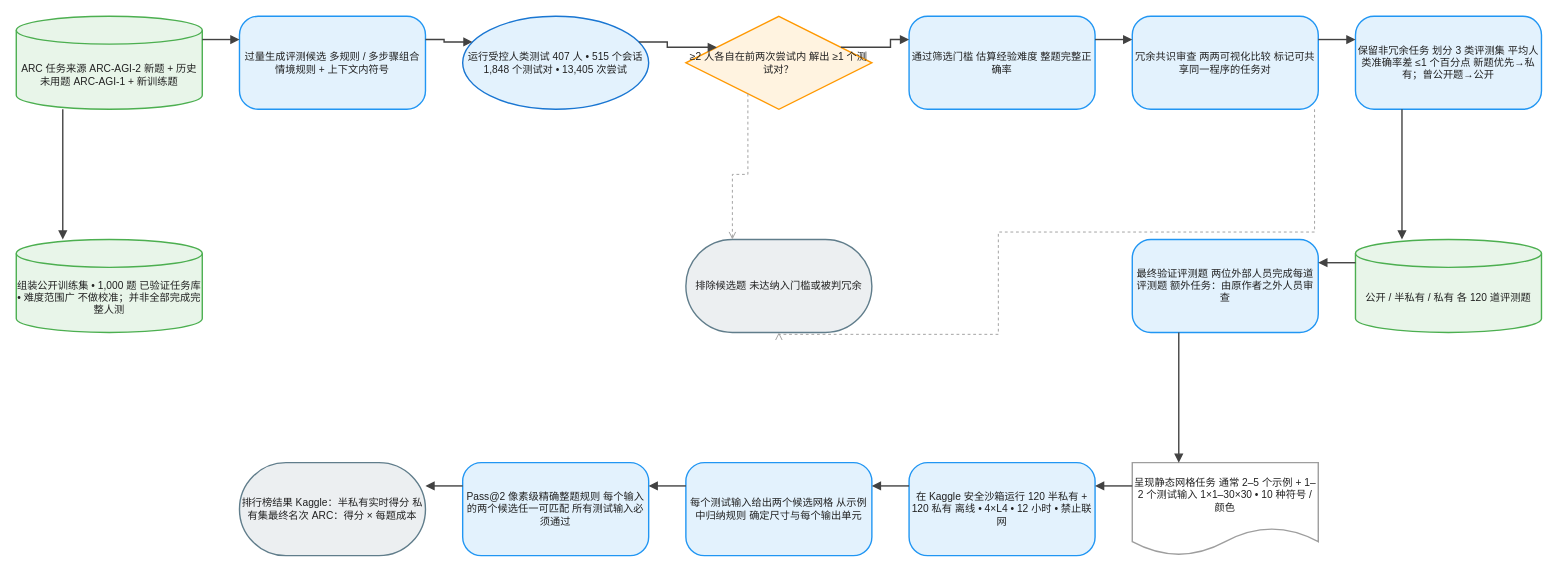
Above: client/public/drawio/ARC-AGI-2/ARC-AGI-2.zh.drawio in joe1chief/benchmark-hub (draw.io), before the change. Source tidied: cells renumbered, new cells numbered last; positions are measured from the earlier drawing's top-left corner, leaving out a move shared by most shapes. Both pictures are drawn from the tidied source at 93%, with x=0, y=0 at pixel (16, 16).
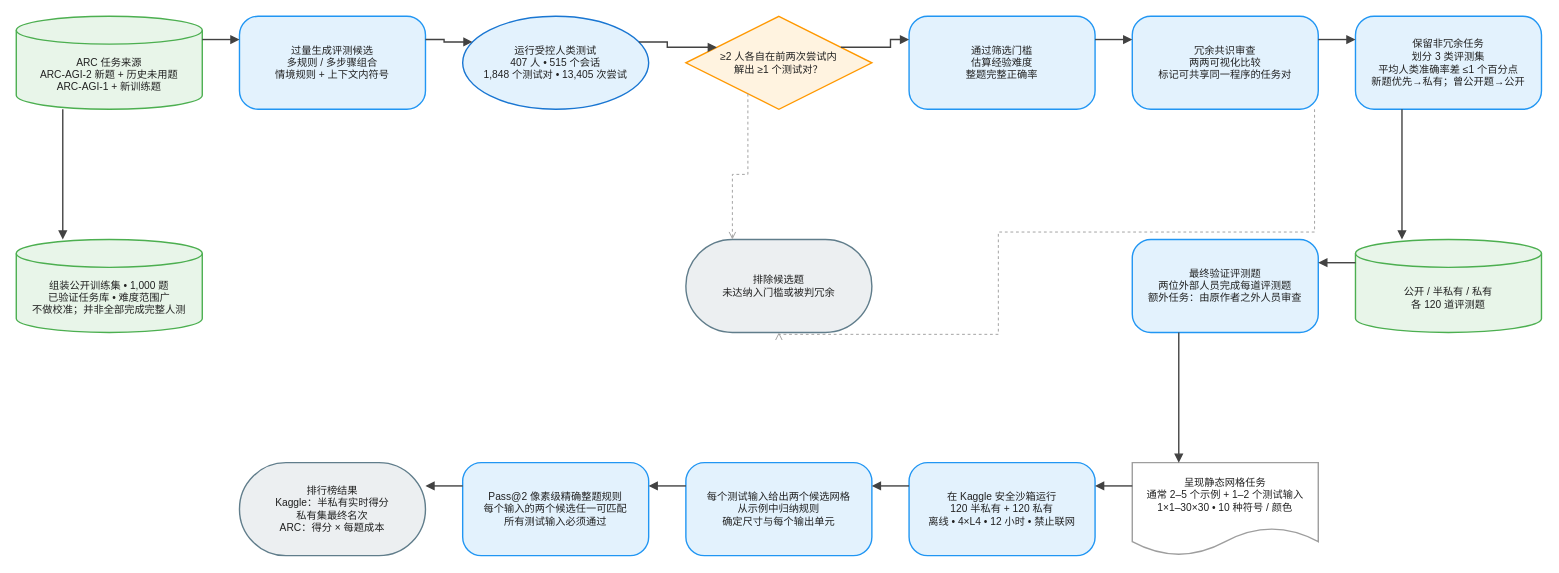
After the change.

The edit, as a diff of the source:
```diff
@@
-    <mxCell id="2" value="ARC 任务来源 ARC-AGI-2 新题 + 历史未用题 ARC-AGI-1 + 新训练题" style="shape=cylinder3;boundedLbl=1;backgroundOutline=1;size=15;html=1;whiteSpace=wrap;fillColor=#E8F5E9;strokeColor=#4CAF50;strokeWidth=1.5;fontColor=#212121;fontSize=11;fontFamily=Arial, Helvetica, sans-serif;verticalAlign=middle;align=center;" parent="1" vertex="1">
+    <mxCell id="2" value="ARC 任务来源&#10;ARC-AGI-2 新题 + 历史未用题&#10;ARC-AGI-1 + 新训练题" style="shape=cylinder3;boundedLbl=1;backgroundOutline=1;size=15;html=0;convertToSvg=1;whiteSpace=wrap;fillColor=#E8F5E9;strokeColor=#4CAF50;strokeWidth=1.5;fontColor=#212121;fontSize=11;fontFamily=Arial, Helvetica, sans-serif;verticalAlign=middle;align=center;" parent="1" vertex="1">
       <mxGeometry width="200" height="100" as="geometry" />
     </mxCell>
-    <mxCell id="3" value="过量生成评测候选 多规则 / 多步骤组合 情境规则 + 上下文内符号" style="rounded=1;arcSize=20;html=1;whiteSpace=wrap;fillColor=#E3F2FD;strokeColor=#2196F3;strokeWidth=1.5;fontColor=#212121;fontSize=11;fontFamily=Arial, Helvetica, sans-serif;verticalAlign=middle;align=center;" parent="1" vertex="1">
+    <mxCell id="3" value="过量生成评测候选&#10;多规则 / 多步骤组合&#10;情境规则 + 上下文内符号" style="rounded=1;arcSize=20;html=0;convertToSvg=1;whiteSpace=wrap;fillColor=#E3F2FD;strokeColor=#2196F3;strokeWidth=1.5;fontColor=#212121;fontSize=11;fontFamily=Arial, Helvetica, sans-serif;verticalAlign=middle;align=center;" parent="1" vertex="1">
       <mxGeometry x="240" width="200" height="100" as="geometry" />
     </mxCell>
-    <mxCell id="4" value="运行受控人类测试 407 人 • 515 个会话 1,848 个测试对 • 13,405 次尝试" style="ellipse;html=1;whiteSpace=wrap;fillColor=#E3F2FD;strokeColor=#1976D2;strokeWidth=1.5;fontColor=#212121;fontSize=11;fontFamily=Arial, Helvetica, sans-serif;verticalAlign=middle;align=center;" parent="1" vertex="1">
+    <mxCell id="4" value="运行受控人类测试&#10;407 人 • 515 个会话&#10;1,848 个测试对 • 13,405 次尝试" style="ellipse;html=0;convertToSvg=1;whiteSpace=wrap;fillColor=#E3F2FD;strokeColor=#1976D2;strokeWidth=1.5;fontColor=#212121;fontSize=11;fontFamily=Arial, Helvetica, sans-serif;verticalAlign=middle;align=center;" parent="1" vertex="1">
       <mxGeometry x="480" width="200" height="100" as="geometry" />
     </mxCell>
-    <mxCell id="5" value="≥2 人各自在前两次尝试内 解出 ≥1 个测试对？" style="rhombus;html=1;whiteSpace=wrap;fillColor=#FFF3E0;strokeColor=#FF9800;strokeWidth=1.5;fontColor=#212121;fontSize=11;fontFamily=Arial, Helvetica, sans-serif;verticalAlign=middle;align=center;" parent="1" vertex="1">
+    <mxCell id="5" value="≥2 人各自在前两次尝试内&#10;解出 ≥1 个测试对？" style="rhombus;html=0;convertToSvg=1;whiteSpace=wrap;fillColor=#FFF3E0;strokeColor=#FF9800;strokeWidth=1.5;fontColor=#212121;fontSize=11;fontFamily=Arial, Helvetica, sans-serif;verticalAlign=middle;align=center;" parent="1" vertex="1">
       <mxGeometry x="720" width="200" height="100" as="geometry" />
     </mxCell>
-    <mxCell id="6" value="通过筛选门槛 估算经验难度 整题完整正确率" style="rounded=1;arcSize=20;html=1;whiteSpace=wrap;fillColor=#E3F2FD;strokeColor=#2196F3;strokeWidth=1.5;fontColor=#212121;fontSize=11;fontFamily=Arial, Helvetica, sans-serif;verticalAlign=middle;align=center;" parent="1" vertex="1">
+    <mxCell id="6" value="通过筛选门槛&#10;估算经验难度&#10;整题完整正确率" style="rounded=1;arcSize=20;html=0;convertToSvg=1;whiteSpace=wrap;fillColor=#E3F2FD;strokeColor=#2196F3;strokeWidth=1.5;fontColor=#212121;fontSize=11;fontFamily=Arial, Helvetica, sans-serif;verticalAlign=middle;align=center;" parent="1" vertex="1">
       <mxGeometry x="960" width="200" height="100" as="geometry" />
     </mxCell>
-    <mxCell id="7" value="冗余共识审查 两两可视化比较 标记可共享同一程序的任务对" style="rounded=1;arcSize=20;html=1;whiteSpace=wrap;fillColor=#E3F2FD;strokeColor=#2196F3;strokeWidth=1.5;fontColor=#212121;fontSize=11;fontFamily=Arial, Helvetica, sans-serif;verticalAlign=middle;align=center;" parent="1" vertex="1">
+    <mxCell id="7" value="冗余共识审查&#10;两两可视化比较&#10;标记可共享同一程序的任务对" style="rounded=1;arcSize=20;html=0;convertToSvg=1;whiteSpace=wrap;fillColor=#E3F2FD;strokeColor=#2196F3;strokeWidth=1.5;fontColor=#212121;fontSize=11;fontFamily=Arial, Helvetica, sans-serif;verticalAlign=middle;align=center;" parent="1" vertex="1">
       <mxGeometry x="1200" width="200" height="100" as="geometry" />
     </mxCell>
-    <mxCell id="8" value="保留非冗余任务 划分 3 类评测集 平均人类准确率差 ≤1 个百分点 新题优先→私有；曾公开题→公开" style="rounded=1;arcSize=20;html=1;whiteSpace=wrap;fillColor=#E3F2FD;strokeColor=#2196F3;strokeWidth=1.5;fontColor=#212121;fontSize=11;fontFamily=Arial, Helvetica, sans-serif;verticalAlign=middle;align=center;" parent="1" vertex="1">
+    <mxCell id="8" value="保留非冗余任务&#10;划分 3 类评测集&#10;平均人类准确率差 ≤1 个百分点&#10;新题优先→私有；曾公开题→公开" style="rounded=1;arcSize=20;html=0;convertToSvg=1;whiteSpace=wrap;fillColor=#E3F2FD;strokeColor=#2196F3;strokeWidth=1.5;fontColor=#212121;fontSize=11;fontFamily=Arial, Helvetica, sans-serif;verticalAlign=middle;align=center;" parent="1" vertex="1">
       <mxGeometry x="1440" width="200" height="100" as="geometry" />
     </mxCell>
-    <mxCell id="9" value="组装公开训练集 • 1,000 题 已验证任务库 • 难度范围广 不做校准；并非全部完成完整人测" style="shape=cylinder3;boundedLbl=1;backgroundOutline=1;size=15;html=1;whiteSpace=wrap;fillColor=#E8F5E9;strokeColor=#4CAF50;strokeWidth=1.5;fontColor=#212121;fontSize=11;fontFamily=Arial, Helvetica, sans-serif;verticalAlign=middle;align=center;" parent="1" vertex="1">
+    <mxCell id="9" value="组装公开训练集 • 1,000 题&#10;已验证任务库 • 难度范围广&#10;不做校准；并非全部完成完整人测" style="shape=cylinder3;boundedLbl=1;backgroundOutline=1;size=15;html=0;convertToSvg=1;whiteSpace=wrap;fillColor=#E8F5E9;strokeColor=#4CAF50;strokeWidth=1.5;fontColor=#212121;fontSize=11;fontFamily=Arial, Helvetica, sans-serif;verticalAlign=middle;align=center;" parent="1" vertex="1">
       <mxGeometry y="240" width="200" height="100" as="geometry" />
     </mxCell>
-    <mxCell id="10" value="公开 / 半私有 / 私有 各 120 道评测题" style="shape=cylinder3;boundedLbl=1;backgroundOutline=1;size=15;html=1;whiteSpace=wrap;fillColor=#E8F5E9;strokeColor=#4CAF50;strokeWidth=1.5;fontColor=#212121;fontSize=11;fontFamily=Arial, Helvetica, sans-serif;verticalAlign=middle;align=center;" parent="1" vertex="1">
+    <mxCell id="10" value="公开 / 半私有 / 私有&#10;各 120 道评测题" style="shape=cylinder3;boundedLbl=1;backgroundOutline=1;size=15;html=0;convertToSvg=1;whiteSpace=wrap;fillColor=#E8F5E9;strokeColor=#4CAF50;strokeWidth=1.5;fontColor=#212121;fontSize=11;fontFamily=Arial, Helvetica, sans-serif;verticalAlign=middle;align=center;" parent="1" vertex="1">
       <mxGeometry x="1440" y="240" width="200" height="100" as="geometry" />
     </mxCell>
-    <mxCell id="11" value="排除候选题 未达纳入门槛或被判冗余" style="rounded=1;arcSize=50;html=1;whiteSpace=wrap;fillColor=#ECEFF1;strokeColor=#607D8B;strokeWidth=1.5;fontColor=#212121;fontSize=11;fontFamily=Arial, Helvetica, sans-serif;verticalAlign=middle;align=center;" parent="1" vertex="1">
+    <mxCell id="11" value="排除候选题&#10;未达纳入门槛或被判冗余" style="rounded=1;arcSize=50;html=0;convertToSvg=1;whiteSpace=wrap;fillColor=#ECEFF1;strokeColor=#607D8B;strokeWidth=1.5;fontColor=#212121;fontSize=11;fontFamily=Arial, Helvetica, sans-serif;verticalAlign=middle;align=center;" parent="1" vertex="1">
       <mxGeometry x="720" y="240" width="200" height="100" as="geometry" />
     </mxCell>
-    <mxCell id="12" value="最终验证评测题 两位外部人员完成每道评测题 额外任务：由原作者之外人员审查" style="rounded=1;arcSize=20;html=1;whiteSpace=wrap;fillColor=#E3F2FD;strokeColor=#2196F3;strokeWidth=1.5;fontColor=#212121;fontSize=11;fontFamily=Arial, Helvetica, sans-serif;verticalAlign=middle;align=center;" parent="1" vertex="1">
+    <mxCell id="12" value="最终验证评测题&#10;两位外部人员完成每道评测题&#10;额外任务：由原作者之外人员审查" style="rounded=1;arcSize=20;html=0;convertToSvg=1;whiteSpace=wrap;fillColor=#E3F2FD;strokeColor=#2196F3;strokeWidth=1.5;fontColor=#212121;fontSize=11;fontFamily=Arial, Helvetica, sans-serif;verticalAlign=middle;align=center;" parent="1" vertex="1">
       <mxGeometry x="1200" y="240" width="200" height="100" as="geometry" />
     </mxCell>
-    <mxCell id="13" value="呈现静态网格任务 通常 2–5 个示例 + 1–2 个测试输入 1×1–30×30 • 10 种符号 / 颜色" style="shape=document;boundedLbl=1;html=1;whiteSpace=wrap;fillColor=#FFFFFF;strokeColor=#9E9E9E;strokeWidth=1.5;fontColor=#212121;fontSize=11;fontFamily=Arial, Helvetica, sans-serif;verticalAlign=middle;align=center;" parent="1" vertex="1">
+    <mxCell id="13" value="呈现静态网格任务&#10;通常 2–5 个示例 + 1–2 个测试输入&#10;1×1–30×30 • 10 种符号 / 颜色" style="shape=document;boundedLbl=1;html=0;convertToSvg=1;whiteSpace=wrap;fillColor=#FFFFFF;strokeColor=#9E9E9E;strokeWidth=1.5;fontColor=#212121;fontSize=11;fontFamily=Arial, Helvetica, sans-serif;verticalAlign=middle;align=center;" parent="1" vertex="1">
       <mxGeometry x="1200" y="480" width="200" height="100" as="geometry" />
     </mxCell>
-    <mxCell id="14" value="在 Kaggle 安全沙箱运行 120 半私有 + 120 私有 离线 • 4×L4 • 12 小时 • 禁止联网" style="rounded=1;arcSize=20;html=1;whiteSpace=wrap;fillColor=#E3F2FD;strokeColor=#2196F3;strokeWidth=1.5;fontColor=#212121;fontSize=11;fontFamily=Arial, Helvetica, sans-serif;verticalAlign=middle;align=center;" parent="1" vertex="1">
+    <mxCell id="14" value="在 Kaggle 安全沙箱运行&#10;120 半私有 + 120 私有&#10;离线 • 4×L4 • 12 小时 • 禁止联网" style="rounded=1;arcSize=20;html=0;convertToSvg=1;whiteSpace=wrap;fillColor=#E3F2FD;strokeColor=#2196F3;strokeWidth=1.5;fontColor=#212121;fontSize=11;fontFamily=Arial, Helvetica, sans-serif;verticalAlign=middle;align=center;" parent="1" vertex="1">
       <mxGeometry x="960" y="480" width="200" height="100" as="geometry" />
     </mxCell>
-    <mxCell id="15" value="每个测试输入给出两个候选网格 从示例中归纳规则 确定尺寸与每个输出单元" style="rounded=1;arcSize=20;html=1;whiteSpace=wrap;fillColor=#E3F2FD;strokeColor=#2196F3;strokeWidth=1.5;fontColor=#212121;fontSize=11;fontFamily=Arial, Helvetica, sans-serif;verticalAlign=middle;align=center;" parent="1" vertex="1">
+    <mxCell id="15" value="每个测试输入给出两个候选网格&#10;从示例中归纳规则&#10;确定尺寸与每个输出单元" style="rounded=1;arcSize=20;html=0;convertToSvg=1;whiteSpace=wrap;fillColor=#E3F2FD;strokeColor=#2196F3;strokeWidth=1.5;fontColor=#212121;fontSize=11;fontFamily=Arial, Helvetica, sans-serif;verticalAlign=middle;align=center;" parent="1" vertex="1">
       <mxGeometry x="720" y="480" width="200" height="100" as="geometry" />
     </mxCell>
-    <mxCell id="16" value="Pass@2 像素级精确整题规则 每个输入的两个候选任一可匹配 所有测试输入必须通过" style="rounded=1;arcSize=20;html=1;whiteSpace=wrap;fillColor=#E3F2FD;strokeColor=#2196F3;strokeWidth=1.5;fontColor=#212121;fontSize=11;fontFamily=Arial, Helvetica, sans-serif;verticalAlign=middle;align=center;" parent="1" vertex="1">
+    <mxCell id="16" value="Pass@2 像素级精确整题规则&#10;每个输入的两个候选任一可匹配&#10;所有测试输入必须通过" style="rounded=1;arcSize=20;html=0;convertToSvg=1;whiteSpace=wrap;fillColor=#E3F2FD;strokeColor=#2196F3;strokeWidth=1.5;fontColor=#212121;fontSize=11;fontFamily=Arial, Helvetica, sans-serif;verticalAlign=middle;align=center;" parent="1" vertex="1">
       <mxGeometry x="480" y="480" width="200" height="100" as="geometry" />
     </mxCell>
-    <mxCell id="17" value="排行榜结果 Kaggle：半私有实时得分 私有集最终名次 ARC：得分 × 每题成本" style="rounded=1;arcSize=50;html=1;whiteSpace=wrap;fillColor=#ECEFF1;strokeColor=#607D8B;strokeWidth=1.5;fontColor=#212121;fontSize=11;fontFamily=Arial, Helvetica, sans-serif;verticalAlign=middle;align=center;" parent="1" vertex="1">
+    <mxCell id="17" value="排行榜结果&#10;Kaggle：半私有实时得分&#10;私有集最终名次&#10;ARC：得分 × 每题成本" style="rounded=1;arcSize=50;html=0;convertToSvg=1;whiteSpace=wrap;fillColor=#ECEFF1;strokeColor=#607D8B;strokeWidth=1.5;fontColor=#212121;fontSize=11;fontFamily=Arial, Helvetica, sans-serif;verticalAlign=middle;align=center;" parent="1" vertex="1">
       <mxGeometry x="240" y="480" width="200" height="100" as="geometry" />
     </mxCell>
-    <mxCell id="18" style="edgeStyle=orthogonalEdgeStyle;rounded=0;jettySize=auto;html=1;strokeColor=#424242;strokeWidth=1.5;endArrow=block;endFill=1;exitX=1;exitY=0.25;exitDx=0;exitDy=0;entryX=0;entryY=0.25;entryDx=0;entryDy=0;jumpStyle=arc;jumpSize=8;" parent="1" edge="1" source="2" target="3">
+    <mxCell id="18" style="edgeStyle=orthogonalEdgeStyle;rounded=0;jettySize=auto;html=0;convertToSvg=1;strokeColor=#424242;strokeWidth=1.5;endArrow=block;endFill=1;exitX=1;exitY=0.25;exitDx=0;exitDy=0;entryX=0;entryY=0.25;entryDx=0;entryDy=0;jumpStyle=arc;jumpSize=8;" parent="1" edge="1" source="2" target="3">
       <mxGeometry relative="1" as="geometry" />
     </mxCell>
-    <mxCell id="19" style="edgeStyle=orthogonalEdgeStyle;rounded=0;jettySize=auto;html=1;strokeColor=#424242;strokeWidth=1.5;endArrow=block;endFill=1;exitX=0.25;exitY=1;exitDx=0;exitDy=0;entryX=0.25;entryY=0;entryDx=0;entryDy=0;jumpStyle=arc;jumpSize=8;" parent="1" edge="1" source="2" target="9">
+    <mxCell id="19" style="edgeStyle=orthogonalEdgeStyle;rounded=0;jettySize=auto;html=0;convertToSvg=1;strokeColor=#424242;strokeWidth=1.5;endArrow=block;endFill=1;exitX=0.25;exitY=1;exitDx=0;exitDy=0;entryX=0.25;entryY=0;entryDx=0;entryDy=0;jumpStyle=arc;jumpSize=8;" parent="1" edge="1" source="2" target="9">
       <mxGeometry relative="1" as="geometry" />
     </mxCell>
-    <mxCell id="20" style="edgeStyle=orthogonalEdgeStyle;rounded=0;jettySize=auto;html=1;strokeColor=#424242;strokeWidth=1.5;endArrow=block;endFill=1;exitX=1;exitY=0.25;exitDx=0;exitDy=0;entryX=0;entryY=0.25;entryDx=0;entryDy=0;jumpStyle=arc;jumpSize=8;" parent="1" edge="1" source="3" target="4">
+    <mxCell id="20" style="edgeStyle=orthogonalEdgeStyle;rounded=0;jettySize=auto;html=0;convertToSvg=1;strokeColor=#424242;strokeWidth=1.5;endArrow=block;endFill=1;exitX=1;exitY=0.25;exitDx=0;exitDy=0;entryX=0;entryY=0.25;entryDx=0;entryDy=0;jumpStyle=arc;jumpSize=8;" parent="1" edge="1" source="3" target="4">
       <mxGeometry relative="1" as="geometry" />
     </mxCell>
-    <mxCell id="21" style="edgeStyle=orthogonalEdgeStyle;rounded=0;jettySize=auto;html=1;strokeColor=#424242;strokeWidth=1.5;endArrow=block;endFill=1;exitX=1;exitY=0.25;exitDx=0;exitDy=0;entryX=0;entryY=0.25;entryDx=0;entryDy=0;jumpStyle=arc;jumpSize=8;" parent="1" edge="1" source="4" target="5">
+    <mxCell id="21" style="edgeStyle=orthogonalEdgeStyle;rounded=0;jettySize=auto;html=0;convertToSvg=1;strokeColor=#424242;strokeWidth=1.5;endArrow=block;endFill=1;exitX=1;exitY=0.25;exitDx=0;exitDy=0;entryX=0;entryY=0.25;entryDx=0;entryDy=0;jumpStyle=arc;jumpSize=8;" parent="1" edge="1" source="4" target="5">
       <mxGeometry relative="1" as="geometry" />
     </mxCell>
-    <mxCell id="22" style="edgeStyle=orthogonalEdgeStyle;rounded=0;jettySize=auto;html=1;strokeColor=#424242;strokeWidth=1.5;endArrow=block;endFill=1;exitX=1;exitY=0.25;exitDx=0;exitDy=0;entryX=0;entryY=0.25;entryDx=0;entryDy=0;jumpStyle=arc;jumpSize=8;" parent="1" edge="1" source="5" target="6">
+    <mxCell id="22" style="edgeStyle=orthogonalEdgeStyle;rounded=0;jettySize=auto;html=0;convertToSvg=1;strokeColor=#424242;strokeWidth=1.5;endArrow=block;endFill=1;exitX=1;exitY=0.25;exitDx=0;exitDy=0;entryX=0;entryY=0.25;entryDx=0;entryDy=0;jumpStyle=arc;jumpSize=8;" parent="1" edge="1" source="5" target="6">
       <mxGeometry relative="1" as="geometry" />
     </mxCell>
-    <mxCell id="23" style="edgeStyle=orthogonalEdgeStyle;rounded=0;jettySize=auto;html=1;strokeColor=#9E9E9E;strokeWidth=1;endArrow=open;endFill=0;exitX=0.25;exitY=1;exitDx=0;exitDy=0;entryX=0.25;entryY=0;entryDx=0;entryDy=0;dashed=1;dashPattern=3 3;jumpStyle=arc;jumpSize=8;" parent="1" edge="1" source="5" target="11">
+    <mxCell id="23" style="edgeStyle=orthogonalEdgeStyle;rounded=0;jettySize=auto;html=0;convertToSvg=1;strokeColor=#9E9E9E;strokeWidth=1;endArrow=open;endFill=0;exitX=0.25;exitY=1;exitDx=0;exitDy=0;entryX=0.25;entryY=0;entryDx=0;entryDy=0;dashed=1;dashPattern=3 3;jumpStyle=arc;jumpSize=8;" parent="1" edge="1" source="5" target="11">
       <mxGeometry relative="1" as="geometry" />
     </mxCell>
-    <mxCell id="24" style="edgeStyle=orthogonalEdgeStyle;rounded=0;jettySize=auto;html=1;strokeColor=#424242;strokeWidth=1.5;endArrow=block;endFill=1;exitX=1;exitY=0.25;exitDx=0;exitDy=0;entryX=0;entryY=0.25;entryDx=0;entryDy=0;jumpStyle=arc;jumpSize=8;" parent="1" edge="1" source="6" target="7">
+    <mxCell id="24" style="edgeStyle=orthogonalEdgeStyle;rounded=0;jettySize=auto;html=0;convertToSvg=1;strokeColor=#424242;strokeWidth=1.5;endArrow=block;endFill=1;exitX=1;exitY=0.25;exitDx=0;exitDy=0;entryX=0;entryY=0.25;entryDx=0;entryDy=0;jumpStyle=arc;jumpSize=8;" parent="1" edge="1" source="6" target="7">
       <mxGeometry relative="1" as="geometry" />
     </mxCell>
-    <mxCell id="25" style="edgeStyle=orthogonalEdgeStyle;rounded=0;jettySize=auto;html=1;strokeColor=#424242;strokeWidth=1.5;endArrow=block;endFill=1;exitX=1;exitY=0.25;exitDx=0;exitDy=0;entryX=0;entryY=0.25;entryDx=0;entryDy=0;jumpStyle=arc;jumpSize=8;" parent="1" edge="1" source="7" target="8">
+    <mxCell id="25" style="edgeStyle=orthogonalEdgeStyle;rounded=0;jettySize=auto;html=0;convertToSvg=1;strokeColor=#424242;strokeWidth=1.5;endArrow=block;endFill=1;exitX=1;exitY=0.25;exitDx=0;exitDy=0;entryX=0;entryY=0.25;entryDx=0;entryDy=0;jumpStyle=arc;jumpSize=8;" parent="1" edge="1" source="7" target="8">
       <mxGeometry relative="1" as="geometry" />
     </mxCell>
-    <mxCell id="26" style="edgeStyle=orthogonalEdgeStyle;rounded=0;jettySize=auto;html=1;strokeColor=#9E9E9E;strokeWidth=1;endArrow=open;endFill=0;dashed=1;dashPattern=3 3;jumpStyle=arc;jumpSize=8;" parent="1" edge="1" source="7" target="11">
+    <mxCell id="26" style="edgeStyle=orthogonalEdgeStyle;rounded=0;jettySize=auto;html=0;convertToSvg=1;strokeColor=#9E9E9E;strokeWidth=1;endArrow=open;endFill=0;dashed=1;dashPattern=3 3;jumpStyle=arc;jumpSize=8;" parent="1" edge="1" source="7" target="11">
       <mxGeometry relative="1" as="geometry">
         <Array as="points">
           <mxPoint x="1396" y="232" />
           <mxPoint x="1056" y="232" />
           <mxPoint x="1056" y="342" />
         </Array>
       </mxGeometry>
     </mxCell>
-    <mxCell id="27" style="edgeStyle=orthogonalEdgeStyle;rounded=0;jettySize=auto;html=1;strokeColor=#424242;strokeWidth=1.5;endArrow=block;endFill=1;exitX=0.25;exitY=1;exitDx=0;exitDy=0;entryX=0.25;entryY=0;entryDx=0;entryDy=0;jumpStyle=arc;jumpSize=8;" parent="1" edge="1" source="8" target="10">
+    <mxCell id="27" style="edgeStyle=orthogonalEdgeStyle;rounded=0;jettySize=auto;html=0;convertToSvg=1;strokeColor=#424242;strokeWidth=1.5;endArrow=block;endFill=1;exitX=0.25;exitY=1;exitDx=0;exitDy=0;entryX=0.25;entryY=0;entryDx=0;entryDy=0;jumpStyle=arc;jumpSize=8;" parent="1" edge="1" source="8" target="10">
       <mxGeometry relative="1" as="geometry" />
     </mxCell>
-    <mxCell id="28" style="edgeStyle=orthogonalEdgeStyle;rounded=0;jettySize=auto;html=1;strokeColor=#424242;strokeWidth=1.5;endArrow=block;endFill=1;exitX=0;exitY=0.25;exitDx=0;exitDy=0;entryX=1;entryY=0.25;entryDx=0;entryDy=0;jumpStyle=arc;jumpSize=8;" parent="1" edge="1" source="10" target="12">
+    <mxCell id="28" style="edgeStyle=orthogonalEdgeStyle;rounded=0;jettySize=auto;html=0;convertToSvg=1;strokeColor=#424242;strokeWidth=1.5;endArrow=block;endFill=1;exitX=0;exitY=0.25;exitDx=0;exitDy=0;entryX=1;entryY=0.25;entryDx=0;entryDy=0;jumpStyle=arc;jumpSize=8;" parent="1" edge="1" source="10" target="12">
       <mxGeometry relative="1" as="geometry" />
     </mxCell>
-    <mxCell id="29" style="edgeStyle=orthogonalEdgeStyle;rounded=0;jettySize=auto;html=1;strokeColor=#424242;strokeWidth=1.5;endArrow=block;endFill=1;exitX=0.25;exitY=1;exitDx=0;exitDy=0;entryX=0.25;entryY=0;entryDx=0;entryDy=0;jumpStyle=arc;jumpSize=8;" parent="1" edge="1" source="12" target="13">
+    <mxCell id="29" style="edgeStyle=orthogonalEdgeStyle;rounded=0;jettySize=auto;html=0;convertToSvg=1;strokeColor=#424242;strokeWidth=1.5;endArrow=block;endFill=1;exitX=0.25;exitY=1;exitDx=0;exitDy=0;entryX=0.25;entryY=0;entryDx=0;entryDy=0;jumpStyle=arc;jumpSize=8;" parent="1" edge="1" source="12" target="13">
       <mxGeometry relative="1" as="geometry" />
     </mxCell>
-    <mxCell id="30" style="edgeStyle=orthogonalEdgeStyle;rounded=0;jettySize=auto;html=1;strokeColor=#424242;strokeWidth=1.5;endArrow=block;endFill=1;exitX=0;exitY=0.25;exitDx=0;exitDy=0;entryX=1;entryY=0.25;entryDx=0;entryDy=0;jumpStyle=arc;jumpSize=8;" parent="1" edge="1" source="13" target="14">
+    <mxCell id="30" style="edgeStyle=orthogonalEdgeStyle;rounded=0;jettySize=auto;html=0;convertToSvg=1;strokeColor=#424242;strokeWidth=1.5;endArrow=block;endFill=1;exitX=0;exitY=0.25;exitDx=0;exitDy=0;entryX=1;entryY=0.25;entryDx=0;entryDy=0;jumpStyle=arc;jumpSize=8;" parent="1" edge="1" source="13" target="14">
       <mxGeometry relative="1" as="geometry" />
     </mxCell>
-    <mxCell id="31" style="edgeStyle=orthogonalEdgeStyle;rounded=0;jettySize=auto;html=1;strokeColor=#424242;strokeWidth=1.5;endArrow=block;endFill=1;exitX=0;exitY=0.25;exitDx=0;exitDy=0;entryX=1;entryY=0.25;entryDx=0;entryDy=0;jumpStyle=arc;jumpSize=8;" parent="1" edge="1" source="14" target="15">
+    <mxCell id="31" style="edgeStyle=orthogonalEdgeStyle;rounded=0;jettySize=auto;html=0;convertToSvg=1;strokeColor=#424242;strokeWidth=1.5;endArrow=block;endFill=1;exitX=0;exitY=0.25;exitDx=0;exitDy=0;entryX=1;entryY=0.25;entryDx=0;entryDy=0;jumpStyle=arc;jumpSize=8;" parent="1" edge="1" source="14" target="15">
       <mxGeometry relative="1" as="geometry" />
     </mxCell>
-    <mxCell id="32" style="edgeStyle=orthogonalEdgeStyle;rounded=0;jettySize=auto;html=1;strokeColor=#424242;strokeWidth=1.5;endArrow=block;endFill=1;exitX=0;exitY=0.25;exitDx=0;exitDy=0;entryX=1;entryY=0.25;entryDx=0;entryDy=0;jumpStyle=arc;jumpSize=8;" parent="1" edge="1" source="15" target="16">
+    <mxCell id="32" style="edgeStyle=orthogonalEdgeStyle;rounded=0;jettySize=auto;html=0;convertToSvg=1;strokeColor=#424242;strokeWidth=1.5;endArrow=block;endFill=1;exitX=0;exitY=0.25;exitDx=0;exitDy=0;entryX=1;entryY=0.25;entryDx=0;entryDy=0;jumpStyle=arc;jumpSize=8;" parent="1" edge="1" source="15" target="16">
       <mxGeometry relative="1" as="geometry" />
     </mxCell>
-    <mxCell id="33" style="edgeStyle=orthogonalEdgeStyle;rounded=0;jettySize=auto;html=1;strokeColor=#424242;strokeWidth=1.5;endArrow=block;endFill=1;exitX=0;exitY=0.25;exitDx=0;exitDy=0;entryX=1;entryY=0.25;entryDx=0;entryDy=0;jumpStyle=arc;jumpSize=8;" parent="1" edge="1" source="16" target="17">
+    <mxCell id="33" style="edgeStyle=orthogonalEdgeStyle;rounded=0;jettySize=auto;html=0;convertToSvg=1;strokeColor=#424242;strokeWidth=1.5;endArrow=block;endFill=1;exitX=0;exitY=0.25;exitDx=0;exitDy=0;entryX=1;entryY=0.25;entryDx=0;entryDy=0;jumpStyle=arc;jumpSize=8;" parent="1" edge="1" source="16" target="17">
       <mxGeometry relative="1" as="geometry" />
     </mxCell>
```
